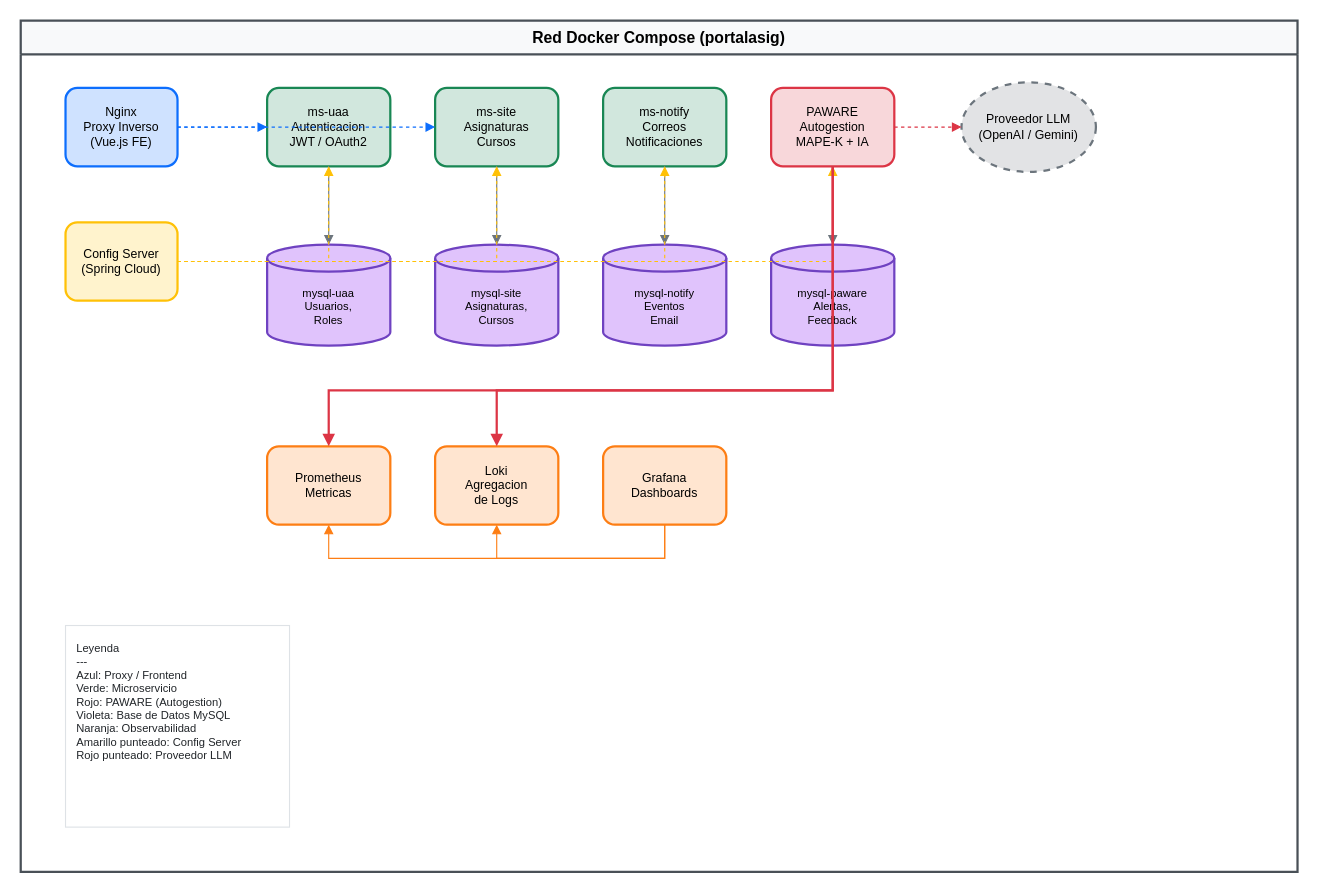
The draw.io diagram teg/graphics/diagrama-arquitectura.drawio in portalasig-microservices/portalasig-teg, before the edit. Source tidied: cells renumbered, new cells numbered last; positions are measured from the earlier drawing's top-left corner, leaving out a move shared by most shapes. Both pictures are drawn from the tidied source at 112%, with x=0, y=0 at pixel (20, 20).
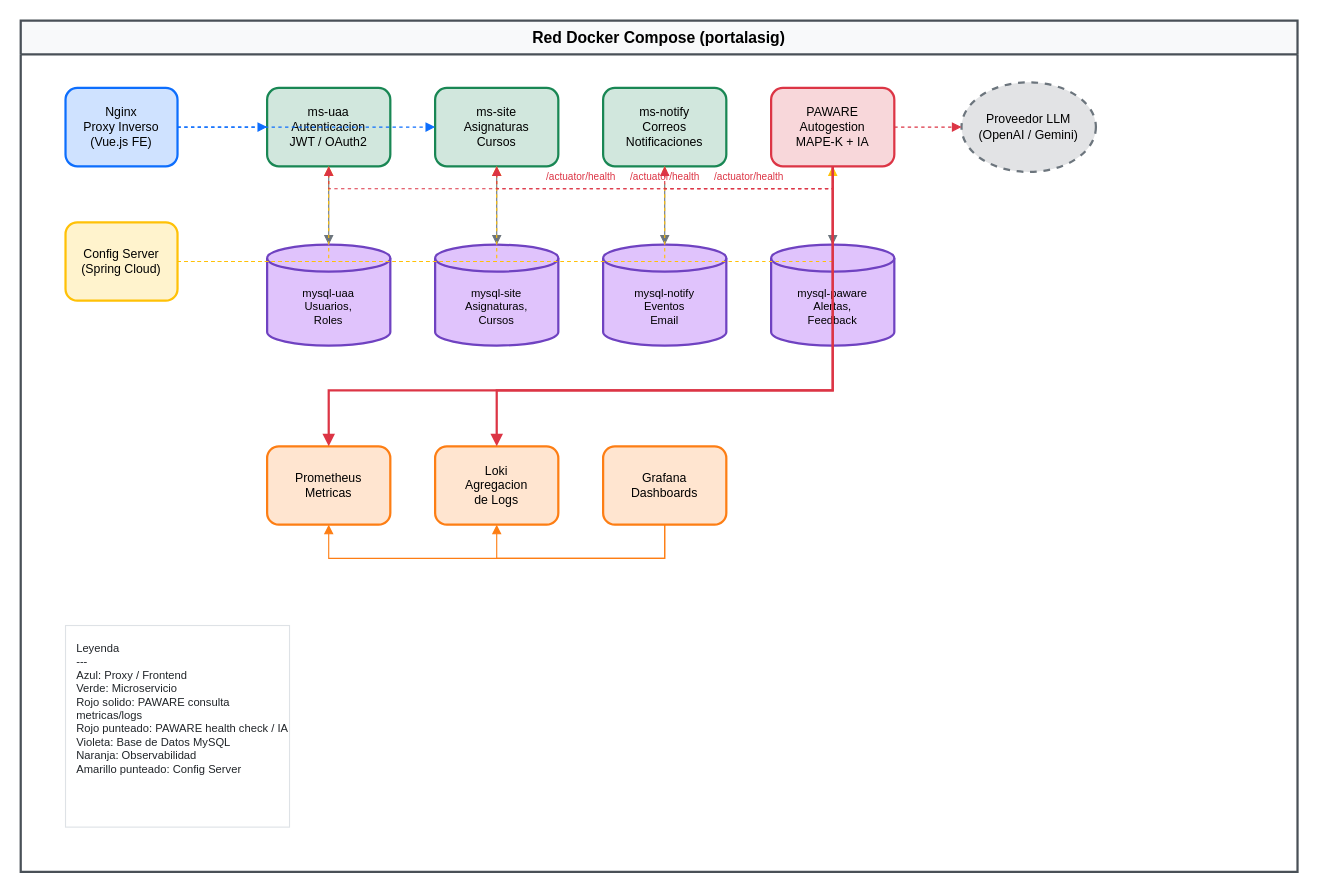
After the change.

Commit message (it also covers changes not shown here):
fix(diagram): agrega conexiones PAWARE -> /actuator/health de cada microservicio

- Tres nuevas aristas punteadas rojas: PAWARE -> UAA/Site/Notify
- Etiqueta /actuator/health en cada conexion
- Actualiza leyenda para distinguir health checks de consulta a Prometheus/Loki
- Actualiza caption de figura en C3.1.2

The change refers to these unchanged cells:
```xml
<mxCell id="2" value="Red Docker Compose (portalasig)" style="swimlane;whiteSpace=wrap;html=1;startSize=30;fillColor=#f8f9fa;strokeColor=#495057;strokeWidth=2;fontSize=14;fontStyle=1;" parent="1" vertex="1">
  <mxGeometry width="1140" height="760" as="geometry" />
</mxCell>
<mxCell id="5" value="ms-uaa&#10;Autenticacion&#10;JWT / OAuth2" style="rounded=1;whiteSpace=wrap;html=1;fillColor=#d1e7dd;strokeColor=#198754;strokeWidth=2;fontSize=11;fontColor=#000000;spacing=2;" parent="2" vertex="1">
  <mxGeometry x="220" y="60" width="110" height="70" as="geometry" />
</mxCell>
<mxCell id="6" value="ms-site&#10;Asignaturas&#10;Cursos" style="rounded=1;whiteSpace=wrap;html=1;fillColor=#d1e7dd;strokeColor=#198754;strokeWidth=2;fontSize=11;fontColor=#000000;spacing=2;" parent="2" vertex="1">
  <mxGeometry x="370" y="60" width="110" height="70" as="geometry" />
</mxCell>
<mxCell id="7" value="ms-notify&#10;Correos&#10;Notificaciones" style="rounded=1;whiteSpace=wrap;html=1;fillColor=#d1e7dd;strokeColor=#198754;strokeWidth=2;fontSize=11;fontColor=#000000;spacing=2;" parent="2" vertex="1">
  <mxGeometry x="520" y="60" width="110" height="70" as="geometry" />
</mxCell>
<mxCell id="8" value="PAWARE&#10;Autogestion&#10;MAPE-K + IA" style="rounded=1;whiteSpace=wrap;html=1;fillColor=#f8d7da;strokeColor=#dc3545;strokeWidth=2;fontSize=11;fontColor=#000000;spacing=2;" parent="2" vertex="1">
  <mxGeometry x="670" y="60" width="110" height="70" as="geometry" />
</mxCell>
```

Change to the diagram source:
```diff
@@
+    <mxCell id="33" value="/actuator/health" style="edgeStyle=orthogonalEdgeStyle;rounded=0;jettySize=auto;html=1;strokeColor=#dc3545;strokeWidth=1;dashed=1;endArrow=block;endFill=1;fontSize=9;fontColor=#dc3545;verticalAlign=bottom;spacingBottom=2;" parent="2" edge="1" source="8" target="5">
+      <mxGeometry relative="1" as="geometry">
+        <Array as="points">
+          <mxPoint x="725" y="150" />
+          <mxPoint x="275" y="150" />
+        </Array>
+      </mxGeometry>
+    </mxCell>
+    <mxCell id="34" value="/actuator/health" style="edgeStyle=orthogonalEdgeStyle;rounded=0;jettySize=auto;html=1;strokeColor=#dc3545;strokeWidth=1;dashed=1;endArrow=block;endFill=1;fontSize=9;fontColor=#dc3545;verticalAlign=bottom;spacingBottom=2;" parent="2" edge="1" source="8" target="6">
+      <mxGeometry relative="1" as="geometry">
+        <Array as="points">
+          <mxPoint x="725" y="150" />
+          <mxPoint x="425" y="150" />
+        </Array>
+      </mxGeometry>
+    </mxCell>
+    <mxCell id="35" value="/actuator/health" style="edgeStyle=orthogonalEdgeStyle;rounded=0;jettySize=auto;html=1;strokeColor=#dc3545;strokeWidth=1;dashed=1;endArrow=block;endFill=1;fontSize=9;fontColor=#dc3545;verticalAlign=bottom;spacingBottom=2;" parent="2" edge="1" source="8" target="7">
+      <mxGeometry relative="1" as="geometry">
+        <Array as="points">
+          <mxPoint x="725" y="150" />
+          <mxPoint x="575" y="150" />
+        </Array>
+      </mxGeometry>
+    </mxCell>
@@
-    <mxCell id="32" value="Leyenda&#10;---&#10;Azul: Proxy / Frontend&#10;Verde: Microservicio&#10;Rojo: PAWARE (Autogestion)&#10;Violeta: Base de Datos MySQL&#10;Naranja: Observabilidad&#10;Amarillo punteado: Config Server&#10;Rojo punteado: Proveedor LLM" style="text;whiteSpace=wrap;html=1;fillColor=#ffffff;strokeColor=#dee2e6;strokeWidth=1;fontSize=10;fontColor=#212529;align=left;verticalAlign=top;spacingLeft=8;spacingTop=8;" parent="2" vertex="1">
+    <mxCell id="32" value="Leyenda&#10;---&#10;Azul: Proxy / Frontend&#10;Verde: Microservicio&#10;Rojo solido: PAWARE consulta metricas/logs&#10;Rojo punteado: PAWARE health check / IA&#10;Violeta: Base de Datos MySQL&#10;Naranja: Observabilidad&#10;Amarillo punteado: Config Server" style="text;whiteSpace=wrap;html=1;fillColor=#ffffff;strokeColor=#dee2e6;strokeWidth=1;fontSize=10;fontColor=#212529;align=left;verticalAlign=top;spacingLeft=8;spacingTop=8;" parent="2" vertex="1">
       <mxGeometry x="40" y="540" width="200" height="180" as="geometry" />
     </mxCell>
```
